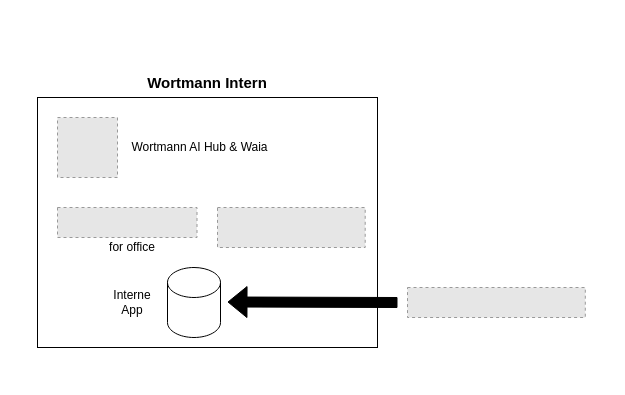
The draw.io diagram sandbox.drawio in TKraski/drawio, before the edit. Source tidied: cells renumbered, new cells numbered last; positions are measured from the earlier drawing's top-left corner, leaving out a move shared by most shapes. Both pictures are drawn from the tidied source at 100%, with x=0, y=0 at pixel (37, 67). Pictures stored in the file or linked from it are replaced by grey dashed boxes.
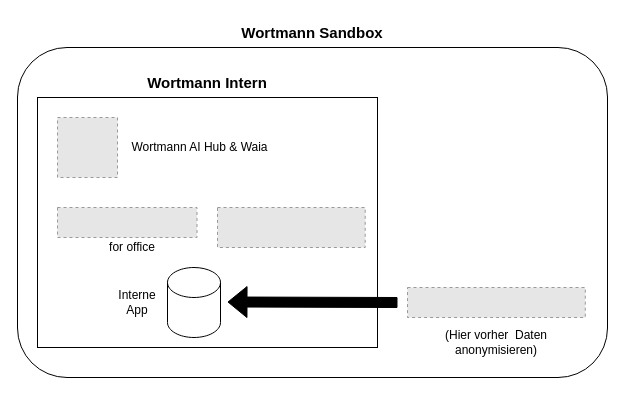
The same page after the edit.

What changed in the source:
```diff
@@
 <mxGraphModel>
   <root>
     <mxCell id="0" />
     <mxCell id="1" parent="0" />
+    <mxCell id="13" style="rounded=1;whiteSpace=wrap;html=1;" parent="1" vertex="1">
+      <mxGeometry x="-20" y="-20" width="590" height="330" as="geometry" />
+    </mxCell>
     <mxCell id="2" style="rounded=0;whiteSpace=wrap;html=1;" parent="1" vertex="1">
       <mxGeometry y="30" width="340" height="250" as="geometry" />
     </mxCell>
     <mxCell id="3" value="&lt;b&gt;&lt;font style=&quot;font-size: 15px;&quot;&gt;Wortmann Intern&lt;/font&gt;&lt;/b&gt;" style="text;html=1;whiteSpace=wrap;strokeColor=none;fillColor=none;align=center;verticalAlign=middle;rounded=0;" parent="1" vertex="1">
       <mxGeometry x="85" width="170" height="30" as="geometry" />
     </mxCell>
     <mxCell id="4" style="fillColor=#E6E6E6;strokeColor=#999999;dashed=1;verticalLabelPosition=bottom;labelBackgroundColor=default;verticalAlign=top;" parent="1" vertex="1">
       <mxGeometry x="370" y="220" width="177.8" height="30" as="geometry" />
     </mxCell>
     <mxCell id="5" style="fillColor=#E6E6E6;strokeColor=#999999;dashed=1;verticalLabelPosition=bottom;labelBackgroundColor=default;verticalAlign=top;" parent="1" vertex="1">
       <mxGeometry x="20" y="140" width="139.5" height="30" as="geometry" />
     </mxCell>
     <mxCell id="6" value="for office" style="text;html=1;whiteSpace=wrap;strokeColor=none;fillColor=none;align=center;verticalAlign=middle;rounded=0;" parent="1" vertex="1">
       <mxGeometry x="70" y="170" width="50" height="20" as="geometry" />
     </mxCell>
     <mxCell id="7" style="fillColor=#E6E6E6;strokeColor=#999999;dashed=1;verticalLabelPosition=bottom;labelBackgroundColor=default;verticalAlign=top;" parent="1" vertex="1">
       <mxGeometry x="20" y="50" width="60" height="60" as="geometry" />
     </mxCell>
     <mxCell id="8" value="Wortmann AI Hub &amp;amp; Waia" style="text;html=1;whiteSpace=wrap;strokeColor=none;fillColor=none;align=center;verticalAlign=middle;rounded=0;" parent="1" vertex="1">
       <mxGeometry x="85" y="65" width="155" height="30" as="geometry" />
     </mxCell>
     <mxCell id="9" style="fillColor=#E6E6E6;strokeColor=#999999;dashed=1;verticalLabelPosition=bottom;labelBackgroundColor=default;verticalAlign=top;" parent="1" vertex="1">
       <mxGeometry x="180" y="140" width="147.7" height="40" as="geometry" />
     </mxCell>
     <mxCell id="10" style="shape=flexArrow;endArrow=classic;html=1;rounded=0;labelBackgroundColor=#000000;fillColor=#000000;gradientColor=none;" parent="1" edge="1">
       <mxGeometry relative="1" as="geometry">
         <mxPoint x="360" y="235" as="sourcePoint" />
         <mxPoint x="190" y="234.5" as="targetPoint" />
       </mxGeometry>
     </mxCell>
     <mxCell id="11" style="shape=cylinder3;whiteSpace=wrap;html=1;boundedLbl=1;backgroundOutline=1;size=15;" parent="1" vertex="1">
       <mxGeometry x="130" y="200" width="53" height="70" as="geometry" />
     </mxCell>
     <mxCell id="12" value="Interne App" style="text;html=1;whiteSpace=wrap;strokeColor=none;fillColor=none;align=center;verticalAlign=middle;rounded=0;" parent="1" vertex="1">
-      <mxGeometry x="65" y="220" width="60" height="30" as="geometry" />
+      <mxGeometry x="70" y="220" width="60" height="30" as="geometry" />
     </mxCell>
+    <mxCell id="14" value="&lt;b&gt;&lt;font style=&quot;font-size: 15px;&quot;&gt;Wortmann Sandbox&lt;/font&gt;&lt;/b&gt;" style="text;html=1;whiteSpace=wrap;strokeColor=none;fillColor=none;align=center;verticalAlign=middle;rounded=0;" parent="1" vertex="1">
+      <mxGeometry x="190" y="-50" width="170" height="30" as="geometry" />
+    </mxCell>
+    <mxCell id="15" value="(Hier vorher&amp;nbsp; Daten anonymisieren)" style="text;html=1;whiteSpace=wrap;strokeColor=none;fillColor=none;align=center;verticalAlign=middle;rounded=0;" parent="1" vertex="1">
+      <mxGeometry x="373.9" y="260" width="170" height="30" as="geometry" />
+    </mxCell>
   </root>
 </mxGraphModel>
```
